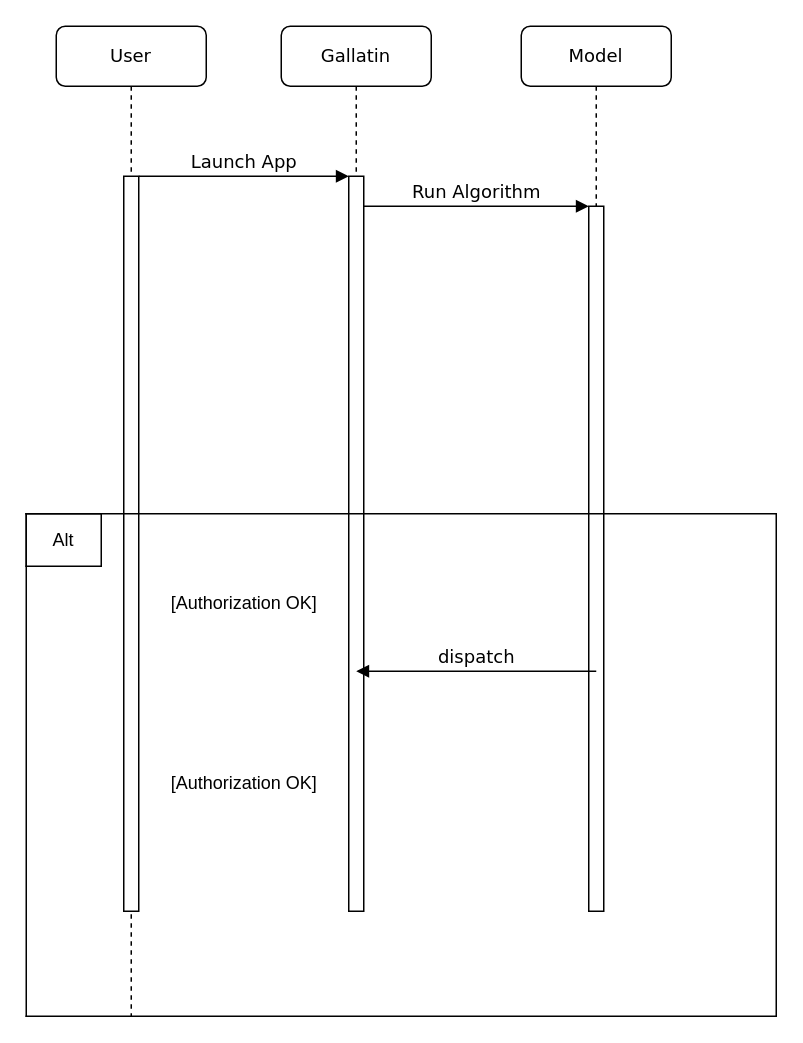
NYU-Design-Project-B30-SP23/demo-repository keeps this draw.io diagram as Gallatin/未命名绘图.drawio. Above is the earlier version. Source tidied: cells renumbered, new cells numbered last; positions are measured from the earlier drawing's top-left corner, leaving out a move shared by most shapes. Both pictures are drawn from the tidied source at 150%, with x=0, y=0 at pixel (26, 26).
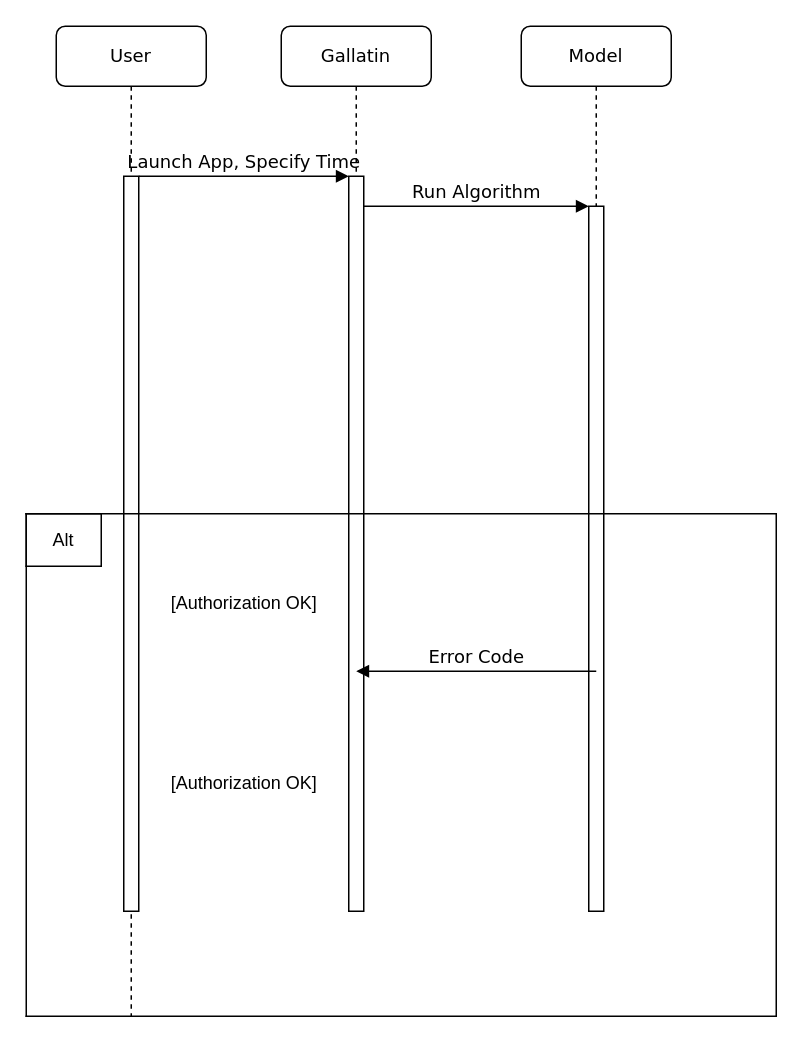
After the change.

Change to the diagram source:
```diff
@@
 <mxGraphModel>
   <root>
     <mxCell id="0" />
     <mxCell id="1" parent="0" />
     <mxCell id="2" value="Gallatin" style="shape=umlLifeline;perimeter=lifelinePerimeter;whiteSpace=wrap;html=1;rounded=1;shadow=0;comic=0;labelBackgroundColor=none;strokeWidth=1;fontFamily=Verdana;fontSize=12;align=center;" parent="1" vertex="1">
       <mxGeometry x="170" width="100" height="590" as="geometry" />
     </mxCell>
-    <mxCell id="3" style="html=1;points=[];perimeter=orthogonalPerimeter;rounded=0;shadow=0;comic=0;labelBackgroundColor=none;strokeWidth=1;fontFamily=Verdana;fontSize=12;align=center;" parent="2" vertex="1">
-      <mxGeometry x="45" y="100" width="10" height="490" as="geometry" />
-    </mxCell>
+    <mxCell id="17" style="html=1;points=[];perimeter=orthogonalPerimeter;rounded=0;shadow=0;comic=0;labelBackgroundColor=none;strokeWidth=1;fontFamily=Verdana;fontSize=12;align=center;" parent="2" vertex="1">
+      <mxGeometry x="45" y="100" width="10" height="490" as="geometry" />
+    </mxCell>
     <mxCell id="4" value="[Authorization OK]" style="text;html=1;align=center;verticalAlign=middle;strokeColor=none;fillColor=none;" parent="2" vertex="1">
       <mxGeometry x="-85" y="370" width="120" height="30" as="geometry" />
     </mxCell>
     <mxCell id="5" value="[Authorization OK]" style="text;html=1;align=center;verticalAlign=middle;strokeColor=none;fillColor=none;" parent="2" vertex="1">
       <mxGeometry x="-85" y="490" width="120" height="30" as="geometry" />
     </mxCell>
     <mxCell id="6" value="Model" style="shape=umlLifeline;perimeter=lifelinePerimeter;whiteSpace=wrap;html=1;rounded=1;shadow=0;comic=0;labelBackgroundColor=none;strokeWidth=1;fontFamily=Verdana;fontSize=12;align=center;" parent="1" vertex="1">
       <mxGeometry x="330" width="100" height="590" as="geometry" />
     </mxCell>
     <mxCell id="7" style="html=1;points=[];perimeter=orthogonalPerimeter;rounded=0;shadow=0;comic=0;labelBackgroundColor=none;strokeWidth=1;fontFamily=Verdana;fontSize=12;align=center;" parent="6" vertex="1">
       <mxGeometry x="45" y="120" width="10" height="470" as="geometry" />
     </mxCell>
     <mxCell id="8" value="User" style="shape=umlLifeline;perimeter=lifelinePerimeter;whiteSpace=wrap;html=1;rounded=1;shadow=0;comic=0;labelBackgroundColor=none;strokeWidth=1;fontFamily=Verdana;fontSize=12;align=center;" parent="1" vertex="1">
       <mxGeometry x="20" width="100" height="660" as="geometry" />
     </mxCell>
-    <mxCell id="9" style="html=1;points=[];perimeter=orthogonalPerimeter;rounded=0;shadow=0;comic=0;labelBackgroundColor=none;strokeWidth=1;fontFamily=Verdana;fontSize=12;align=center;" parent="8" vertex="1">
-      <mxGeometry x="45" y="100" width="10" height="490" as="geometry" />
-    </mxCell>
+    <mxCell id="18" style="html=1;points=[];perimeter=orthogonalPerimeter;rounded=0;shadow=0;comic=0;labelBackgroundColor=none;strokeWidth=1;fontFamily=Verdana;fontSize=12;align=center;" parent="8" vertex="1">
+      <mxGeometry x="45" y="100" width="10" height="490" as="geometry" />
+    </mxCell>
     <mxCell id="10" style="shape=partialRectangle;whiteSpace=wrap;html=1;bottom=0;top=0;fillColor=none;" parent="8" vertex="1">
       <mxGeometry x="-20" y="325" width="500" height="335" as="geometry" />
     </mxCell>
     <mxCell id="11" style="shape=partialRectangle;whiteSpace=wrap;html=1;left=0;right=0;fillColor=none;" parent="8" vertex="1">
       <mxGeometry x="-20" y="325" width="500" height="335" as="geometry" />
     </mxCell>
     <mxCell id="12" style="shape=partialRectangle;whiteSpace=wrap;html=1;bottom=0;top=0;fillColor=none;" parent="8" vertex="1">
       <mxGeometry x="-20" y="325" width="50" height="35" as="geometry" />
     </mxCell>
     <mxCell id="13" value="Alt" style="shape=partialRectangle;whiteSpace=wrap;html=1;left=0;right=0;fillColor=none;" parent="8" vertex="1">
       <mxGeometry x="-20" y="325" width="50" height="35" as="geometry" />
     </mxCell>
-    <mxCell id="14" value="dispatch" style="html=1;verticalAlign=bottom;endArrow=block;labelBackgroundColor=none;fontFamily=Verdana;fontSize=12;" parent="1" edge="1">
-      <mxGeometry relative="1" as="geometry">
-        <mxPoint x="380" y="430" as="sourcePoint" />
-        <mxPoint x="220" y="430" as="targetPoint" />
-      </mxGeometry>
-    </mxCell>
-    <mxCell id="15" value="Launch App" style="html=1;verticalAlign=bottom;endArrow=block;entryX=0;entryY=0;labelBackgroundColor=none;fontFamily=Verdana;fontSize=12;edgeStyle=elbowEdgeStyle;elbow=vertical;" parent="1" edge="1" source="9" target="3">
-      <mxGeometry relative="1" as="geometry" />
-    </mxCell>
+    <mxCell id="19" value="Error Code" style="html=1;verticalAlign=bottom;endArrow=block;labelBackgroundColor=none;fontFamily=Verdana;fontSize=12;" parent="1" edge="1">
+      <mxGeometry relative="1" as="geometry">
+        <mxPoint x="380" y="430" as="sourcePoint" />
+        <mxPoint x="220" y="430" as="targetPoint" />
+      </mxGeometry>
+    </mxCell>
+    <mxCell id="20" value="Launch App, Specify Time" style="html=1;verticalAlign=bottom;endArrow=block;entryX=0;entryY=0;labelBackgroundColor=none;fontFamily=Verdana;fontSize=12;edgeStyle=elbowEdgeStyle;elbow=vertical;" parent="1" edge="1" source="18" target="17">
+      <mxGeometry relative="1" as="geometry" />
+    </mxCell>
-    <mxCell id="16" value="Run Algorithm" style="html=1;verticalAlign=bottom;endArrow=block;entryX=0;entryY=0;labelBackgroundColor=none;fontFamily=Verdana;fontSize=12;edgeStyle=elbowEdgeStyle;elbow=vertical;" parent="1" edge="1" source="3" target="7">
+    <mxCell id="16" value="Run Algorithm" style="html=1;verticalAlign=bottom;endArrow=block;entryX=0;entryY=0;labelBackgroundColor=none;fontFamily=Verdana;fontSize=12;edgeStyle=elbowEdgeStyle;elbow=vertical;" parent="1" edge="1" source="17" target="7">
       <mxGeometry relative="1" as="geometry" />
     </mxCell>
   </root>
 </mxGraphModel>
```
